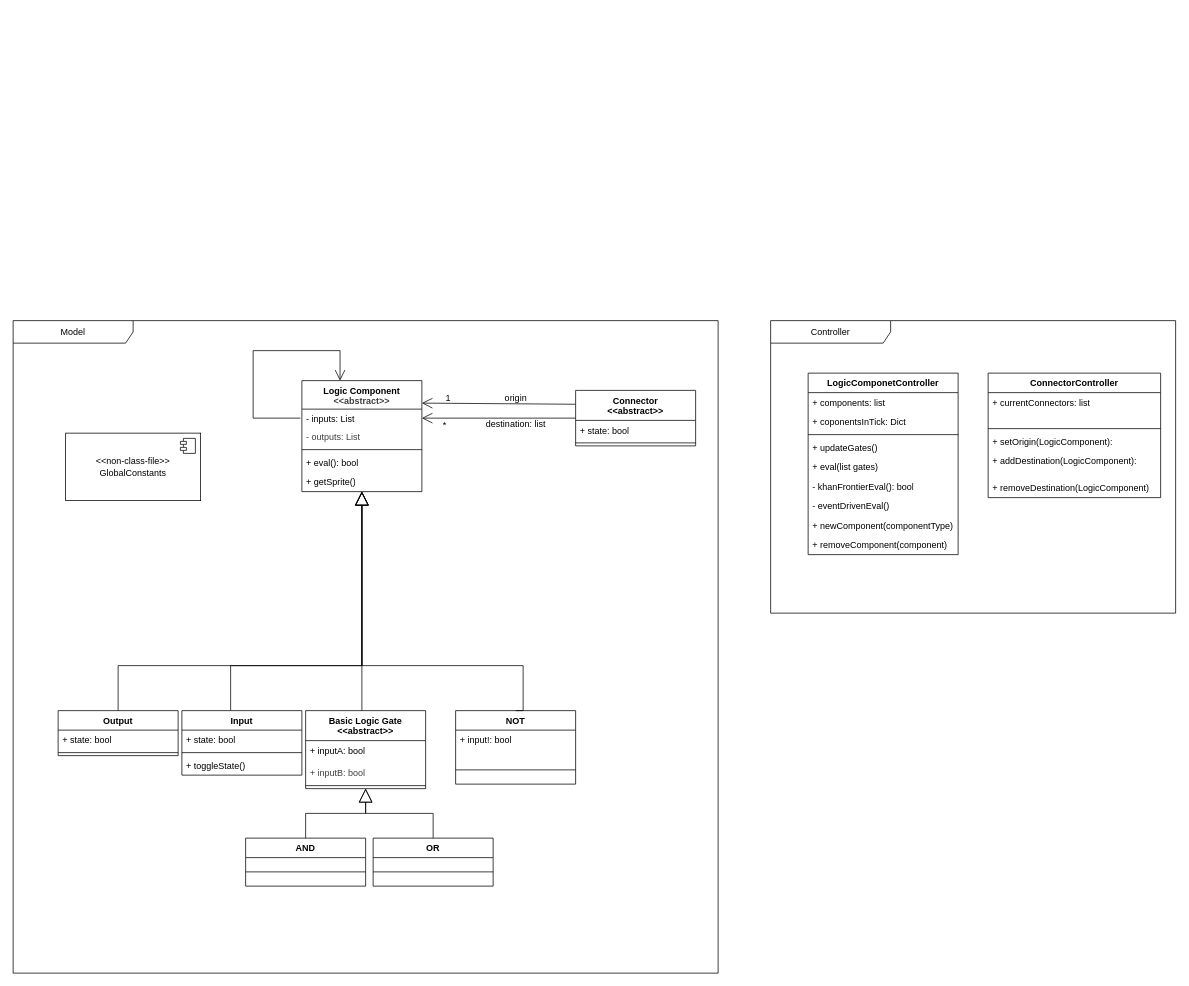
Before: classDiagram.drawio in Vlogenz/ICT-Project, a draw.io diagram. Source tidied: cells renumbered, new cells numbered last; positions are measured from the earlier drawing's top-left corner, leaving out a move shared by most shapes. Both pictures are drawn from the tidied source at 75%, with x=0, y=0 at pixel (13, 320).
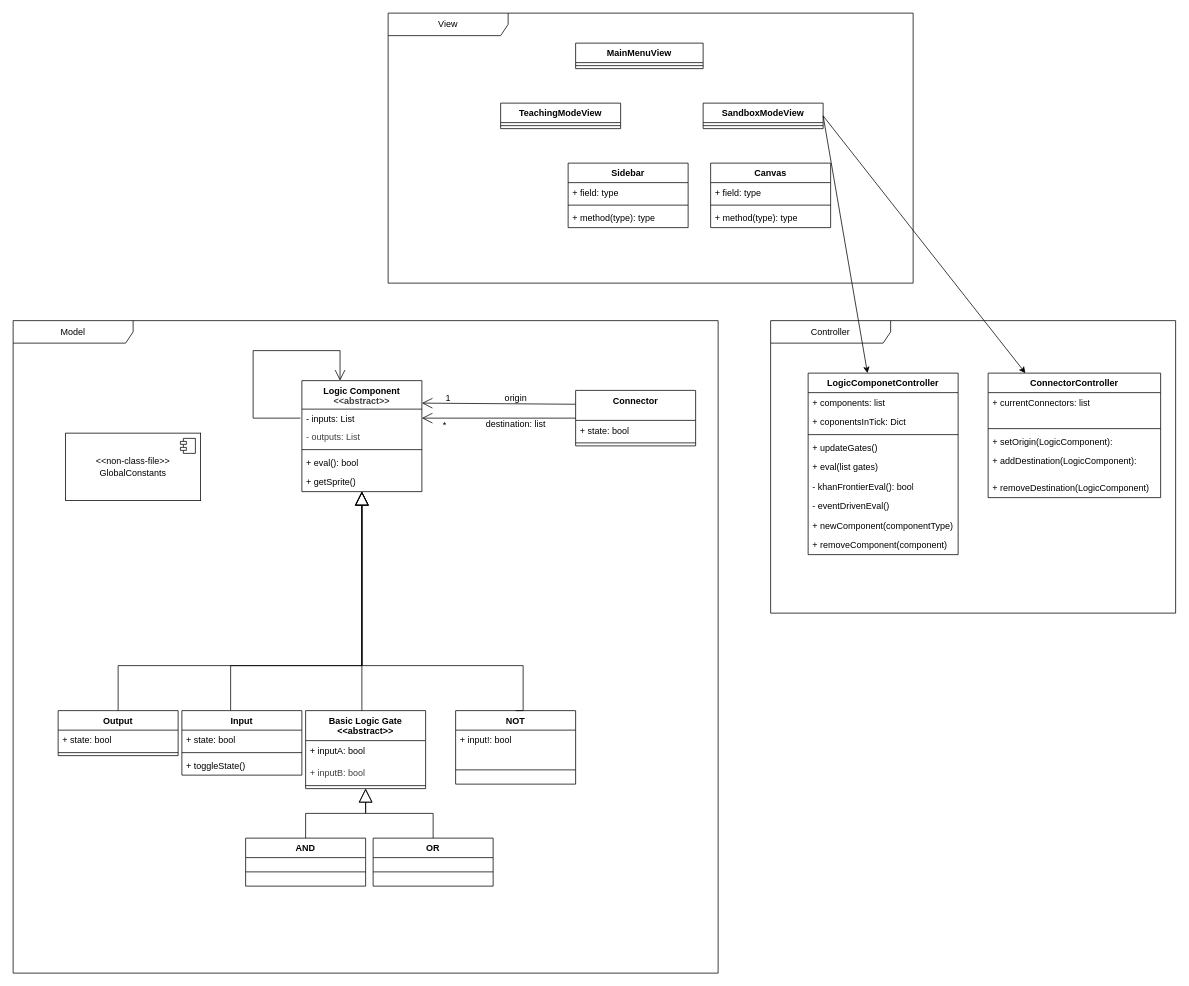
Above is the later version.

Commit message (it also covers changes not shown here):
Class Diagramm Work in Progress And ActivityDiagrams of eval Methods Co-authored-by: Deti <detiDevs@users.noreply.github.com>

Unchanged cells that the change refers to:
```xml
<mxCell id="33" value="Model" style="shape=umlFrame;whiteSpace=wrap;html=1;width=160;" parent="1" vertex="1">
  <mxGeometry width="940" height="870" as="geometry" />
</mxCell>
<mxCell id="46" value="ConnectorController" style="swimlane;fontStyle=1;align=center;verticalAlign=top;horizontal=1;startSize=26;whiteSpace=wrap;html=1;" parent="45" vertex="1">
  <mxGeometry x="290" y="70" width="230" height="166" as="geometry" />
</mxCell>
<mxCell id="52" value="LogicComponetController" style="swimlane;fontStyle=1;align=center;verticalAlign=top;horizontal=1;startSize=26;whiteSpace=wrap;html=1;" parent="45" vertex="1">
  <mxGeometry x="50" y="70" width="200" height="242" as="geometry" />
</mxCell>
```

The edit, as a diff of the source:
```diff
@@
-    <mxCell id="40" value="Connector&lt;br&gt;&lt;div&gt;&amp;lt;&amp;lt;abstract&amp;gt;&amp;gt;&lt;/div&gt;&lt;div&gt;&lt;br&gt;&lt;/div&gt;" style="swimlane;fontStyle=1;align=center;verticalAlign=top;horizontal=1;startSize=40;whiteSpace=wrap;html=1;" parent="33" vertex="1">
+    <mxCell id="40" value="Connector" style="swimlane;fontStyle=1;align=center;verticalAlign=top;horizontal=1;startSize=40;whiteSpace=wrap;html=1;" parent="33" vertex="1">
       <mxGeometry x="750" y="93" width="160" height="74" as="geometry" />
     </mxCell>
@@
+    <mxCell id="62" value="View" style="shape=umlFrame;whiteSpace=wrap;html=1;width=160;" parent="1" vertex="1">
+      <mxGeometry x="500" y="-410" width="700" height="360" as="geometry" />
+    </mxCell>
+    <mxCell id="63" value="MainMenuView" style="swimlane;fontStyle=1;align=center;verticalAlign=top;horizontal=1;startSize=26;whiteSpace=wrap;html=1;" parent="62" vertex="1">
+      <mxGeometry x="250" y="40" width="170" height="34" as="geometry" />
+    </mxCell>
+    <mxCell id="64" style="line;strokeWidth=1;fillColor=none;align=left;verticalAlign=middle;spacingTop=-1;spacingLeft=3;spacingRight=3;labelPosition=right;strokeColor=inherit;" parent="63" vertex="1">
+      <mxGeometry y="26" width="170" height="8" as="geometry" />
+    </mxCell>
+    <mxCell id="65" value="SandboxModeView" style="swimlane;fontStyle=1;align=center;verticalAlign=top;horizontal=1;startSize=26;whiteSpace=wrap;html=1;" parent="62" vertex="1">
+      <mxGeometry x="420" y="120" width="160" height="34" as="geometry" />
+    </mxCell>
+    <mxCell id="66" style="line;strokeWidth=1;fillColor=none;align=left;verticalAlign=middle;spacingTop=-1;spacingLeft=3;spacingRight=3;labelPosition=right;strokeColor=inherit;" parent="65" vertex="1">
+      <mxGeometry y="26" width="160" height="8" as="geometry" />
+    </mxCell>
+    <mxCell id="67" value="TeachingModeView" style="swimlane;fontStyle=1;align=center;verticalAlign=top;horizontal=1;startSize=26;whiteSpace=wrap;html=1;" parent="62" vertex="1">
+      <mxGeometry x="150" y="120" width="160" height="34" as="geometry" />
+    </mxCell>
+    <mxCell id="68" style="line;strokeWidth=1;fillColor=none;align=left;verticalAlign=middle;spacingTop=-1;spacingLeft=3;spacingRight=3;labelPosition=right;strokeColor=inherit;" parent="67" vertex="1">
+      <mxGeometry y="26" width="160" height="8" as="geometry" />
+    </mxCell>
+    <mxCell id="69" value="Canvas" style="swimlane;fontStyle=1;align=center;verticalAlign=top;horizontal=1;startSize=26;whiteSpace=wrap;html=1;" parent="62" vertex="1">
+      <mxGeometry x="430" y="200" width="160" height="86" as="geometry" />
+    </mxCell>
+    <mxCell id="70" value="+ field: type" style="text;strokeColor=none;fillColor=none;align=left;verticalAlign=top;spacingLeft=4;spacingRight=4;overflow=hidden;whiteSpace=wrap;html=1;" parent="69" vertex="1">
+      <mxGeometry y="26" width="160" height="26" as="geometry" />
+    </mxCell>
+    <mxCell id="71" style="line;strokeWidth=1;fillColor=none;align=left;verticalAlign=middle;spacingTop=-1;spacingLeft=3;spacingRight=3;labelPosition=right;strokeColor=inherit;" parent="69" vertex="1">
+      <mxGeometry y="52" width="160" height="8" as="geometry" />
+    </mxCell>
+    <mxCell id="72" value="+ method(type): type" style="text;strokeColor=none;fillColor=none;align=left;verticalAlign=top;spacingLeft=4;spacingRight=4;overflow=hidden;whiteSpace=wrap;html=1;" parent="69" vertex="1">
+      <mxGeometry y="60" width="160" height="26" as="geometry" />
+    </mxCell>
+    <mxCell id="73" value="Sidebar" style="swimlane;fontStyle=1;align=center;verticalAlign=top;horizontal=1;startSize=26;whiteSpace=wrap;html=1;" parent="62" vertex="1">
+      <mxGeometry x="240" y="200" width="160" height="86" as="geometry" />
+    </mxCell>
+    <mxCell id="74" value="+ field: type" style="text;strokeColor=none;fillColor=none;align=left;verticalAlign=top;spacingLeft=4;spacingRight=4;overflow=hidden;whiteSpace=wrap;html=1;" parent="73" vertex="1">
+      <mxGeometry y="26" width="160" height="26" as="geometry" />
+    </mxCell>
+    <mxCell id="75" style="line;strokeWidth=1;fillColor=none;align=left;verticalAlign=middle;spacingTop=-1;spacingLeft=3;spacingRight=3;labelPosition=right;strokeColor=inherit;" parent="73" vertex="1">
+      <mxGeometry y="52" width="160" height="8" as="geometry" />
+    </mxCell>
+    <mxCell id="76" value="+ method(type): type" style="text;strokeColor=none;fillColor=none;align=left;verticalAlign=top;spacingLeft=4;spacingRight=4;overflow=hidden;whiteSpace=wrap;html=1;" parent="73" vertex="1">
+      <mxGeometry y="60" width="160" height="26" as="geometry" />
+    </mxCell>
+    <mxCell id="77" style="edgeStyle=none;html=1;exitX=1;exitY=0.5;exitDx=0;exitDy=0;" parent="1" edge="1" source="65" target="52">
+      <mxGeometry relative="1" as="geometry" />
+    </mxCell>
+    <mxCell id="78" style="edgeStyle=none;html=1;exitX=1;exitY=0.5;exitDx=0;exitDy=0;" parent="1" edge="1" source="65" target="46">
+      <mxGeometry relative="1" as="geometry" />
+    </mxCell>
```
